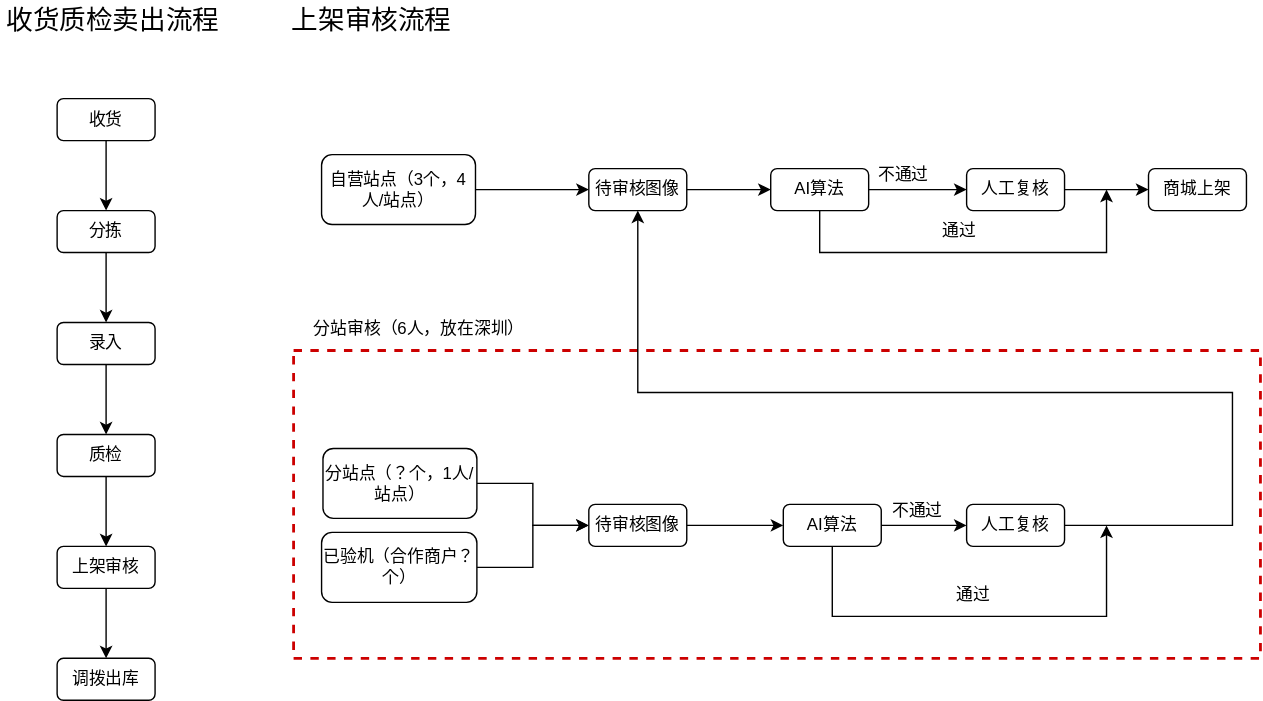
Before: 上架审核业务流程.drawio.svg, a diagram exported from draw.io (Linranran/my_images). Source tidied: cells renumbered, new cells last; positions are measured from the earlier drawing's top-left corner, leaving out a move shared by most shapes.
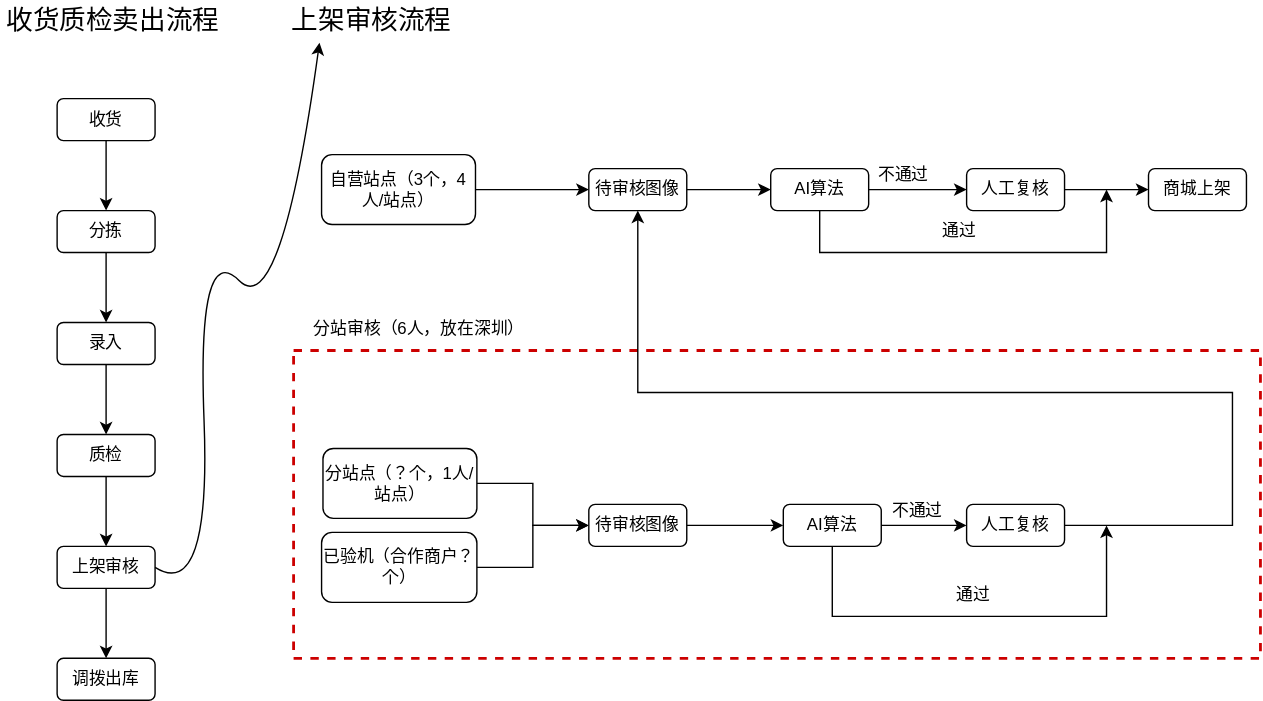
After the commit.

Commit message:
Update 上架审核业务流程.drawio.svg

Diff of the diagram source:
```diff
@@ -140,5 +140,14 @@
     <mxCell id="41" value="分站审核（6人，放在深圳）" style="text;html=1;strokeColor=none;fillColor=none;align=center;verticalAlign=middle;whiteSpace=wrap;rounded=0;" parent="1" vertex="1">
       <mxGeometry x="209" y="220" width="180" height="30" as="geometry" />
     </mxCell>
+    <mxCell id="42" style="curved=1;endArrow=classic;html=1;rounded=0;fontSize=19;exitX=1;exitY=0.5;exitDx=0;exitDy=0;entryX=0.25;entryY=1;entryDx=0;entryDy=0;" parent="1" edge="1" source="12" target="17">
+      <mxGeometry relative="1" as="geometry">
+        <Array as="points">
+          <mxPoint x="150" y="430" />
+          <mxPoint x="140" y="170" />
+          <mxPoint x="200" y="230" />
+        </Array>
+      </mxGeometry>
+    </mxCell>
   </root>
 </mxGraphModel>
```
